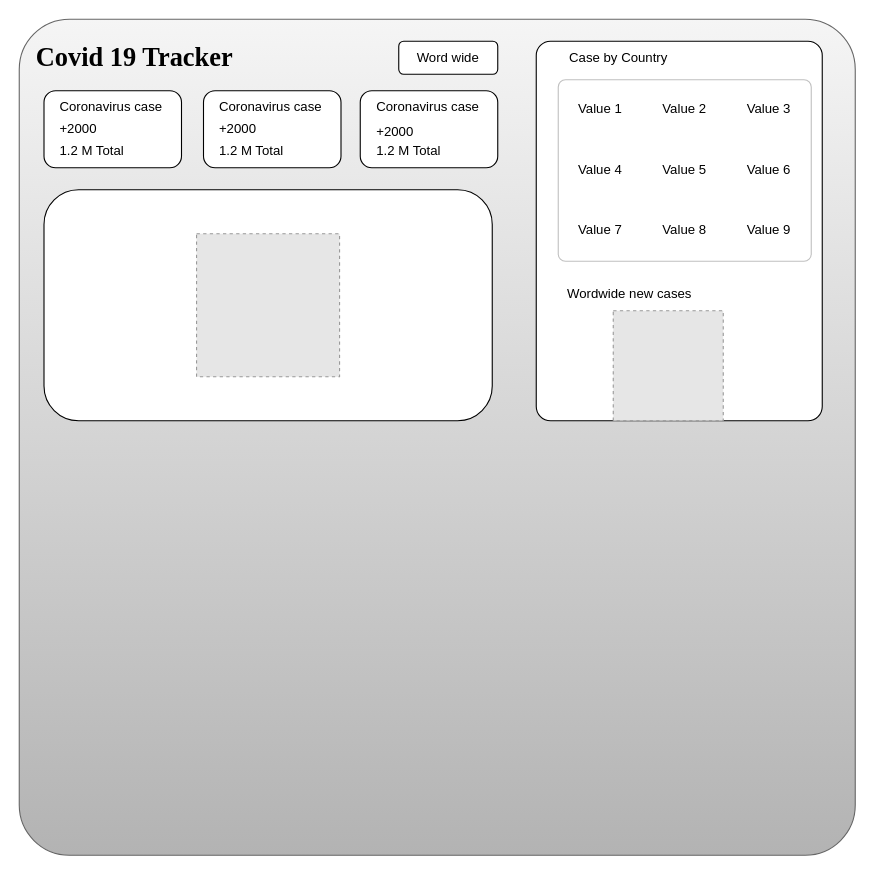
Earlier version of the draw.io diagram Untitled Diagram.drawio (kentDevFrontEnd/Draw.io). Source tidied: cells renumbered, new cells numbered last; positions are measured from the earlier drawing's top-left corner, leaving out a move shared by most shapes. Both pictures are drawn from the tidied source at 110%, with x=0, y=0 at pixel (19, 19). Pictures stored in the file or linked from it are replaced by grey dashed boxes.
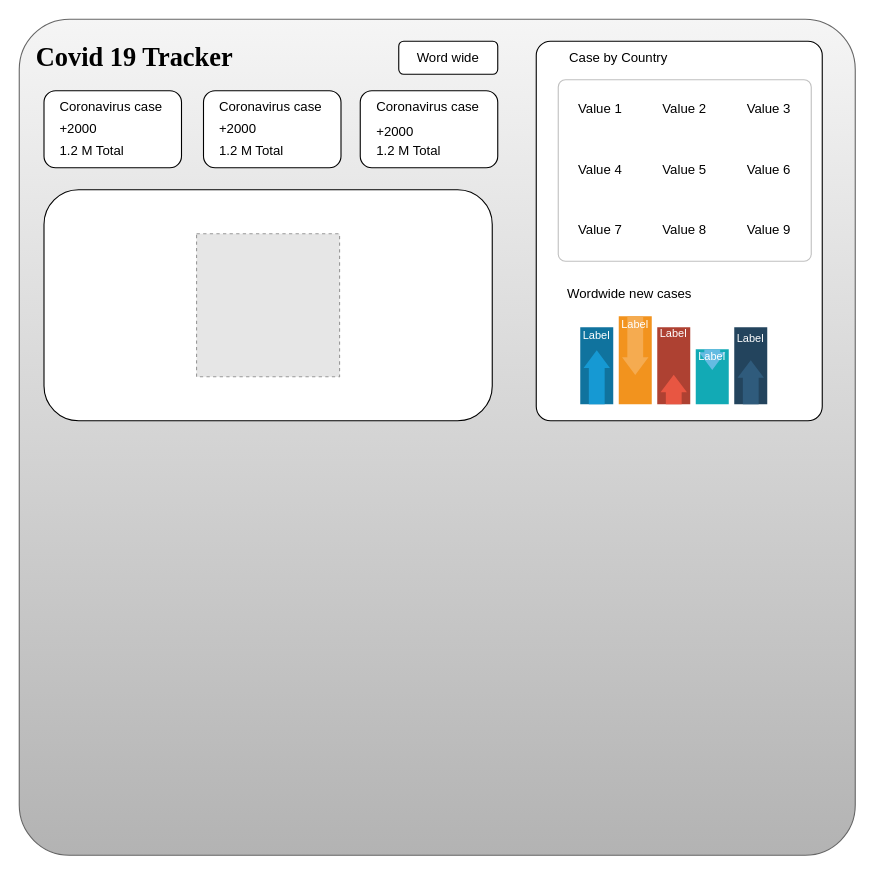
After the change.

The edit, as a diff of the source:
```diff
@@
-    <mxCell id="22" style="fillColor=#E6E6E6;strokeColor=#999999;dashed=1;html=1;verticalAlign=top;verticalLabelPosition=bottom;labelBackgroundColor=#ffffff;" parent="1" vertex="1">
-      <mxGeometry x="540" y="265" width="100" height="100" as="geometry" />
-    </mxCell>
@@
+    <mxCell id="24" style="fillColor=#10739E;strokeColor=none;" parent="1" vertex="1">
+      <mxGeometry x="510" y="280" width="30" height="70" as="geometry" />
+    </mxCell>
+    <mxCell id="25" style="shape=mxgraph.arrows2.arrow;dy=0.4;dx=16;notch=0;direction=north;fillColor=#1699D3;strokeColor=none;" parent="24" vertex="1">
+      <mxGeometry x="3" y="21" width="24" height="49" as="geometry" />
+    </mxCell>
+    <mxCell id="26" value="Label" style="text;html=1;align=center;verticalAlign=middle;whiteSpace=wrap;fontColor=#FFFFFF;fontSize=10;" parent="24" vertex="1">
+      <mxGeometry width="30" height="14" as="geometry" />
+    </mxCell>
+    <mxCell id="27" style="fillColor=#F2931E;strokeColor=none;" parent="1" vertex="1">
+      <mxGeometry x="545" y="270" width="30" height="80" as="geometry" />
+    </mxCell>
+    <mxCell id="28" style="shape=mxgraph.arrows2.arrow;dy=0.4;dx=16;notch=0;direction=south;fillColor=#F5AB50;strokeColor=none;" parent="27" vertex="1">
+      <mxGeometry x="3" width="24" height="53.3" as="geometry" />
+    </mxCell>
+    <mxCell id="29" value="Label" style="text;html=1;align=center;verticalAlign=middle;whiteSpace=wrap;fontColor=#FFFFFF;fontSize=10;" parent="27" vertex="1">
+      <mxGeometry width="30" height="13.3" as="geometry" />
+    </mxCell>
+    <mxCell id="30" style="fillColor=#AE4132;strokeColor=none;" parent="1" vertex="1">
+      <mxGeometry x="580" y="280" width="30" height="70" as="geometry" />
+    </mxCell>
+    <mxCell id="31" style="shape=mxgraph.arrows2.arrow;dy=0.4;dx=16;notch=0;direction=north;fillColor=#E85642;strokeColor=none;" parent="30" vertex="1">
+      <mxGeometry x="3" y="43.1" width="24" height="26.9" as="geometry" />
+    </mxCell>
+    <mxCell id="32" value="Label" style="text;html=1;align=center;verticalAlign=middle;whiteSpace=wrap;fontColor=#FFFFFF;fontSize=10;" parent="30" vertex="1">
+      <mxGeometry width="30" height="10.8" as="geometry" />
+    </mxCell>
+    <mxCell id="33" style="fillColor=#12AAB5;strokeColor=none;" parent="1" vertex="1">
+      <mxGeometry x="615" y="300" width="30" height="50" as="geometry" />
+    </mxCell>
+    <mxCell id="34" style="shape=mxgraph.arrows2.arrow;dy=0.4;dx=16;notch=0;direction=south;fillColor=#64BBE2;strokeColor=none;" parent="33" vertex="1">
+      <mxGeometry x="3" width="24" height="18.8" as="geometry" />
+    </mxCell>
+    <mxCell id="35" value="Label" style="text;html=1;align=center;verticalAlign=middle;whiteSpace=wrap;fontColor=#FFFFFF;fontSize=10;" parent="33" vertex="1">
+      <mxGeometry width="30" height="12.5" as="geometry" />
+    </mxCell>
+    <mxCell id="36" style="fillColor=#23445D;strokeColor=none;" parent="1" vertex="1">
+      <mxGeometry x="650" y="280" width="30" height="70" as="geometry" />
+    </mxCell>
+    <mxCell id="37" style="shape=mxgraph.arrows2.arrow;dy=0.4;dx=16;notch=0;direction=north;fillColor=#2F5B7C;strokeColor=none;" parent="36" vertex="1">
+      <mxGeometry x="3" y="30" width="24" height="40" as="geometry" />
+    </mxCell>
+    <mxCell id="38" value="Label" style="text;html=1;align=center;verticalAlign=middle;whiteSpace=wrap;fontColor=#FFFFFF;fontSize=10;" parent="36" vertex="1">
+      <mxGeometry width="30" height="20" as="geometry" />
+    </mxCell>
```
